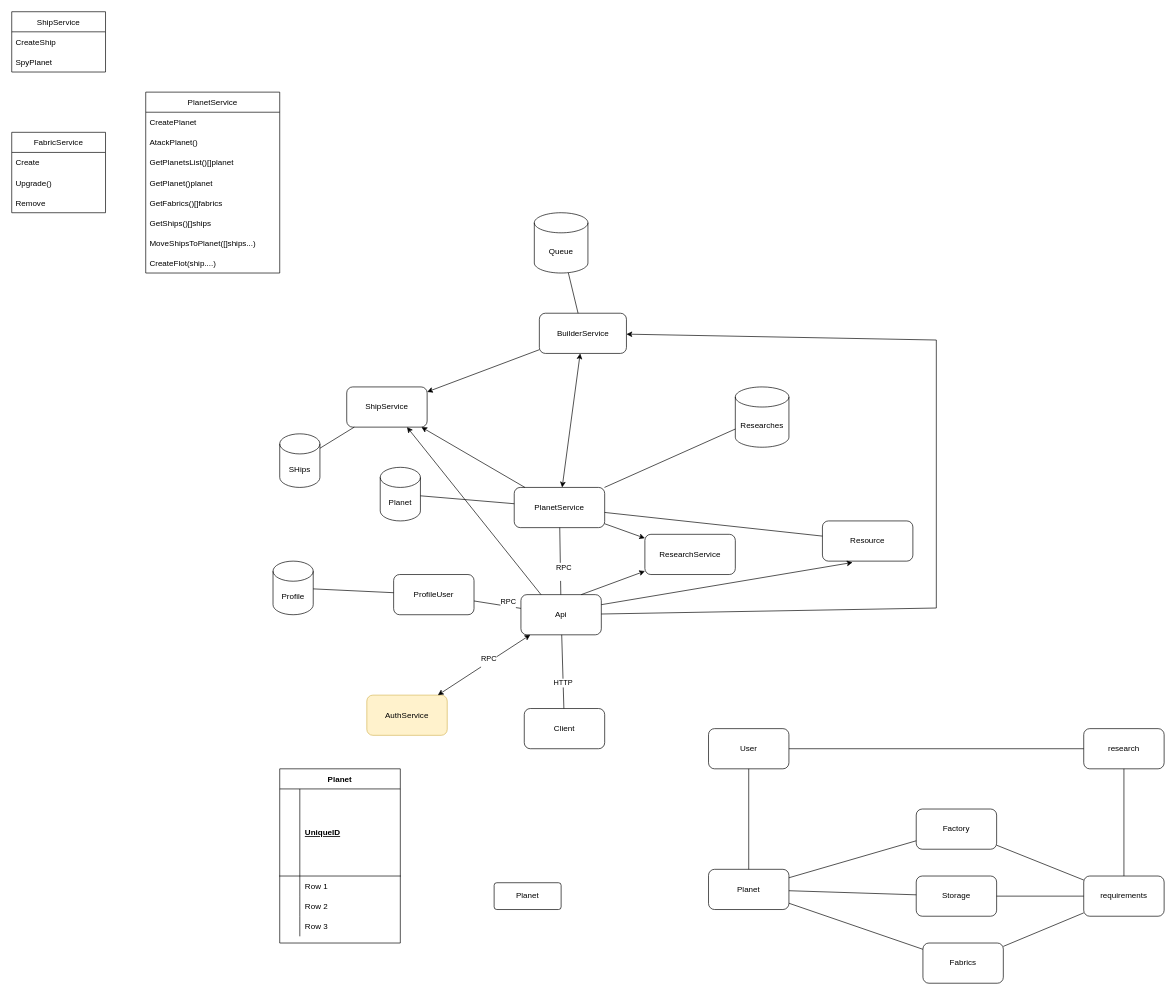
This is ogame.drawio from DarkReduX/Diagrams-for-projects, a draw.io file, before an edit. Source tidied: cells renumbered, new cells numbered last; positions are measured from the earlier drawing's top-left corner, leaving out a move shared by most shapes. Both pictures are drawn from the tidied source at 67%, with x=0, y=0 at pixel (11, 11).
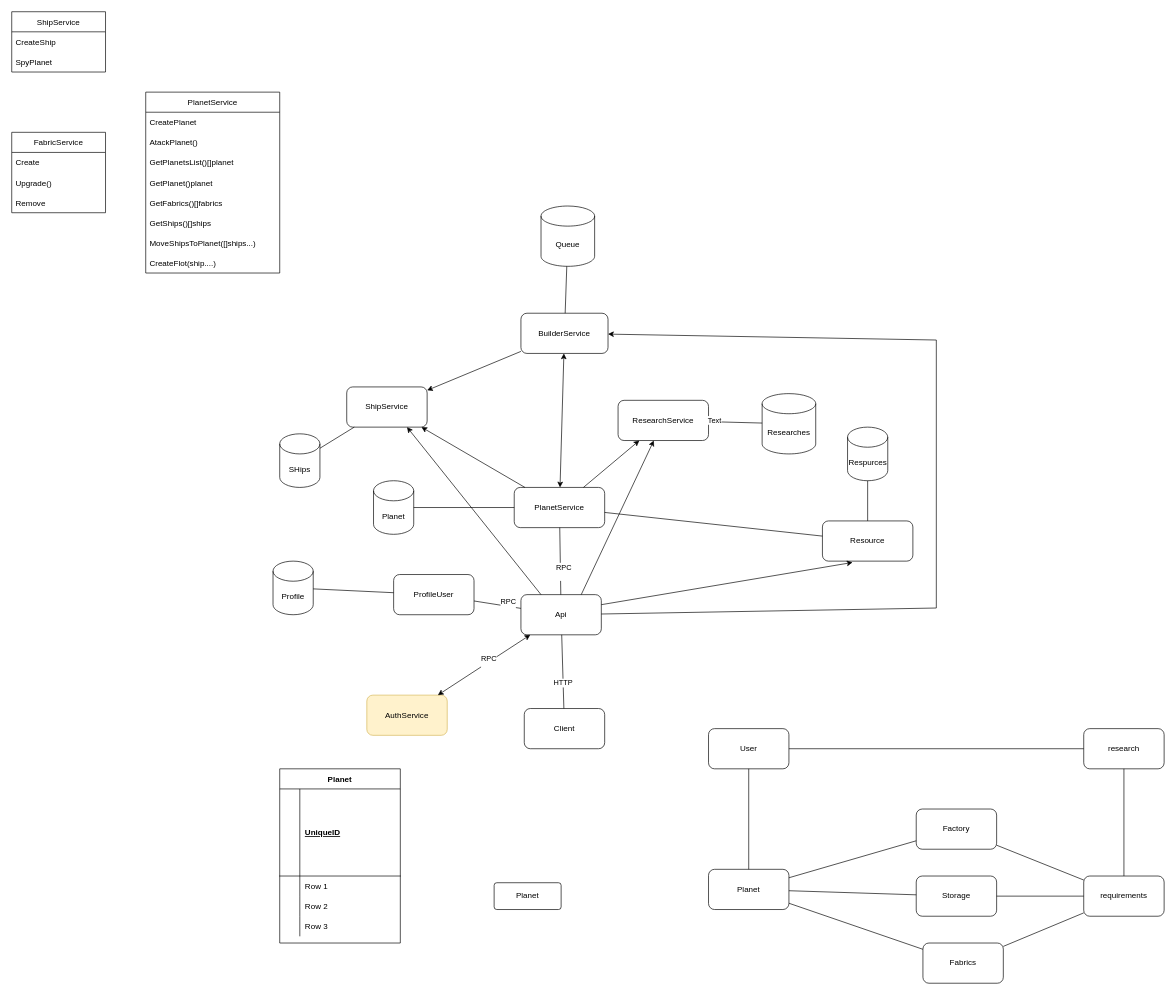
Above is the later version.

Unchanged cells that the change refers to:
```xml
<mxCell id="6" value="PlanetService" style="rounded=1;whiteSpace=wrap;html=1;" parent="1" vertex="1">
  <mxGeometry x="750" y="710" width="135" height="60" as="geometry" />
</mxCell>
<mxCell id="69" value="Resource" style="rounded=1;whiteSpace=wrap;html=1;" parent="1" vertex="1">
  <mxGeometry x="1210" y="760" width="135" height="60" as="geometry" />
</mxCell>
```

The edit, as a diff of the source:
```diff
@@
     <mxCell id="8" value="&lt;div&gt;BuilderService&lt;/div&gt;" style="rounded=1;whiteSpace=wrap;html=1;direction=south;" parent="1" vertex="1">
-      <mxGeometry x="787.5" y="450" width="130" height="60" as="geometry" />
+      <mxGeometry x="760" y="450" width="130" height="60" as="geometry" />
     </mxCell>
@@
     <mxCell id="61" value="Planet" style="shape=cylinder3;whiteSpace=wrap;html=1;boundedLbl=1;backgroundOutline=1;size=15;" parent="1" vertex="1">
-      <mxGeometry x="550" y="680" width="60" height="80" as="geometry" />
+      <mxGeometry x="540" y="700" width="60" height="80" as="geometry" />
     </mxCell>
@@
     <mxCell id="64" value="Queue" style="shape=cylinder3;whiteSpace=wrap;html=1;boundedLbl=1;backgroundOutline=1;size=15;" parent="1" vertex="1">
-      <mxGeometry x="780" y="300" width="80" height="90" as="geometry" />
+      <mxGeometry x="790" y="290" width="80" height="90" as="geometry" />
     </mxCell>
@@
     <mxCell id="76" value="ResearchService" style="rounded=1;whiteSpace=wrap;html=1;" parent="1" vertex="1">
-      <mxGeometry x="945" y="780" width="135" height="60" as="geometry" />
+      <mxGeometry x="905" y="580" width="135" height="60" as="geometry" />
     </mxCell>
     <mxCell id="77" value="Researches" style="shape=cylinder3;whiteSpace=wrap;html=1;boundedLbl=1;backgroundOutline=1;size=15;" parent="1" vertex="1">
-      <mxGeometry x="1080" y="560" width="80" height="90" as="geometry" />
+      <mxGeometry x="1120" y="570" width="80" height="90" as="geometry" />
     </mxCell>
-    <mxCell id="78" style="endArrow=none;html=1;rounded=0;" parent="1" edge="1" source="77" target="6">
+    <mxCell id="78" style="endArrow=none;html=1;rounded=0;" parent="1" edge="1" source="77" target="76">
       <mxGeometry relative="1" as="geometry" />
     </mxCell>
+    <mxCell id="84" value="Text" style="edgeLabel;html=1;align=center;verticalAlign=middle;" parent="78" vertex="1">
+      <mxGeometry x="0.79" y="-3" relative="1" as="geometry" />
+    </mxCell>
@@
+    <mxCell id="85" value="Respurces" style="shape=cylinder3;whiteSpace=wrap;html=1;boundedLbl=1;backgroundOutline=1;size=15;" parent="1" vertex="1">
+      <mxGeometry x="1247.5" y="620" width="60" height="80" as="geometry" />
+    </mxCell>
+    <mxCell id="86" style="endArrow=none;html=1;rounded=0;" parent="1" edge="1" source="69" target="85">
+      <mxGeometry relative="1" as="geometry" />
+    </mxCell>
```
